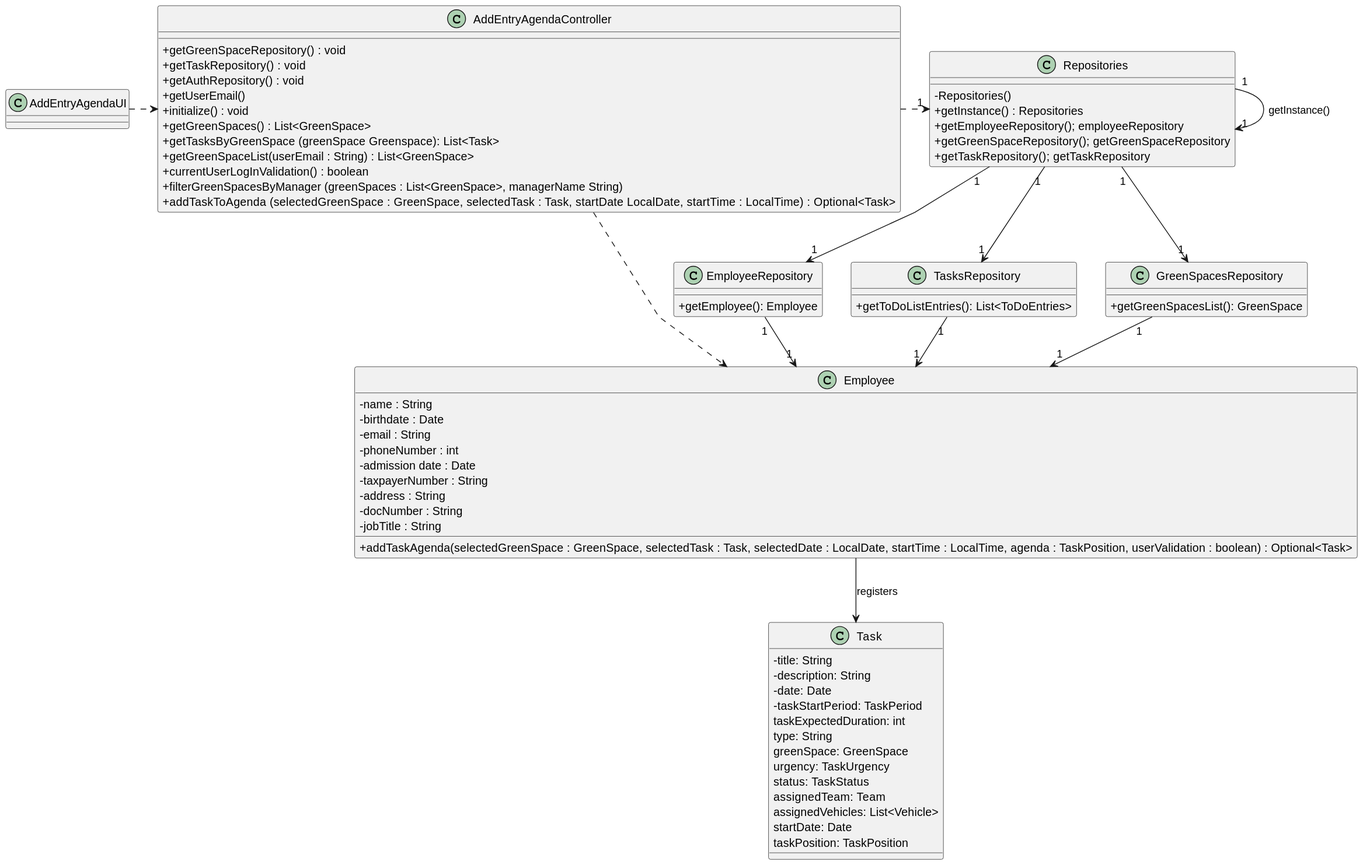
Above: docs/sprintC/US022/03.design/svg/us22-class-diagram.svg in LopemigueISEP/lei-24-s2-1nb-g312 (PlantUML), before the change.
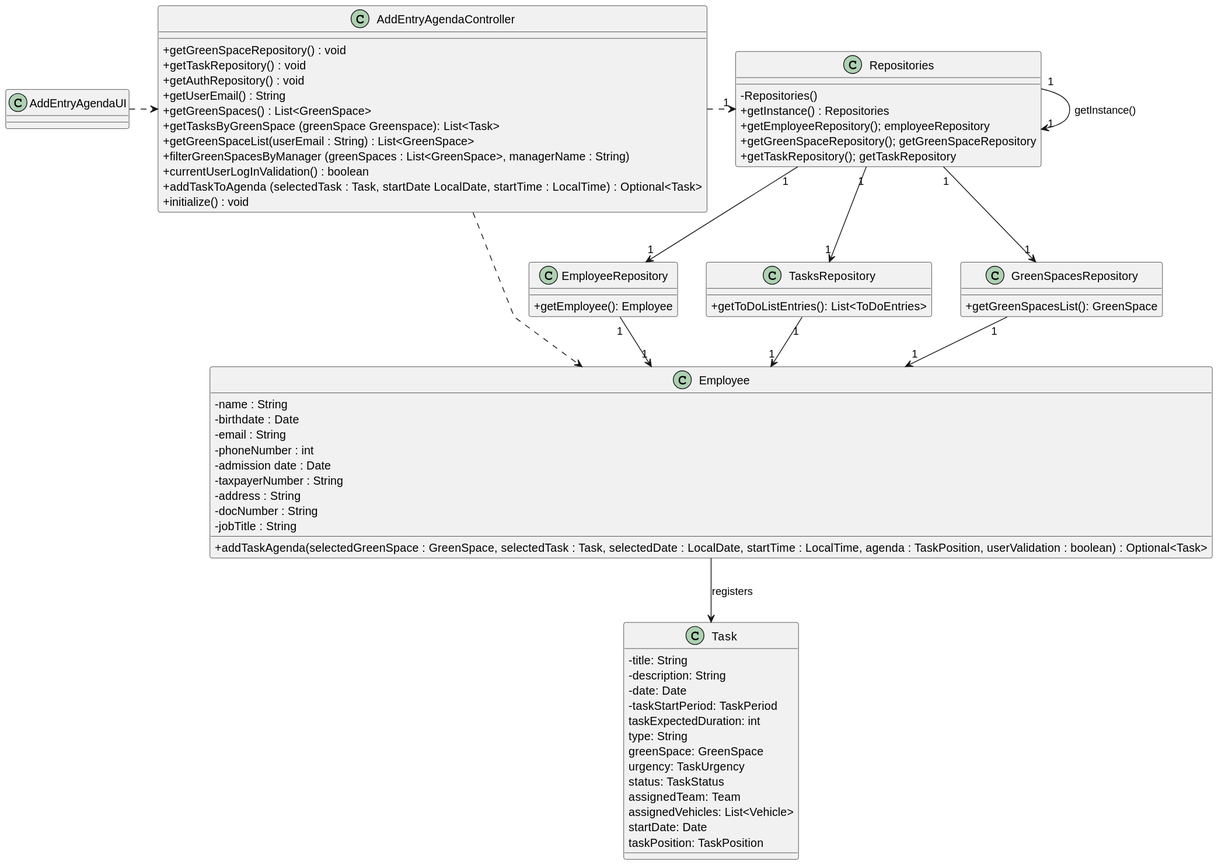
The same diagram one commit later.

Change to the diagram source:
```diff
@@ -42,14 +42,14 @@
 + getGreenSpaceRepository() : void
 + getTaskRepository() : void
 + getAuthRepository() : void
-+ getUserEmail()
-+ initialize() : void
++ getUserEmail() : String
 + getGreenSpaces() : List<GreenSpace>
 + getTasksByGreenSpace (greenSpace Greenspace): List<Task>
 + getGreenSpaceList(userEmail : String) : List<GreenSpace>
++ filterGreenSpacesByManager (greenSpaces : List<GreenSpace>, managerName : String)
 + currentUserLogInValidation() : boolean
-+ filterGreenSpacesByManager (greenSpaces : List<GreenSpace>, managerName String)
-+ addTaskToAgenda (selectedGreenSpace : GreenSpace,  selectedTask : Task, startDate LocalDate, startTime : LocalTime) : Optional<Task>
++ addTaskToAgenda (selectedTask : Task, startDate LocalDate, startTime : LocalTime) : Optional<Task>
++ initialize() : void
 
 
 }
```
